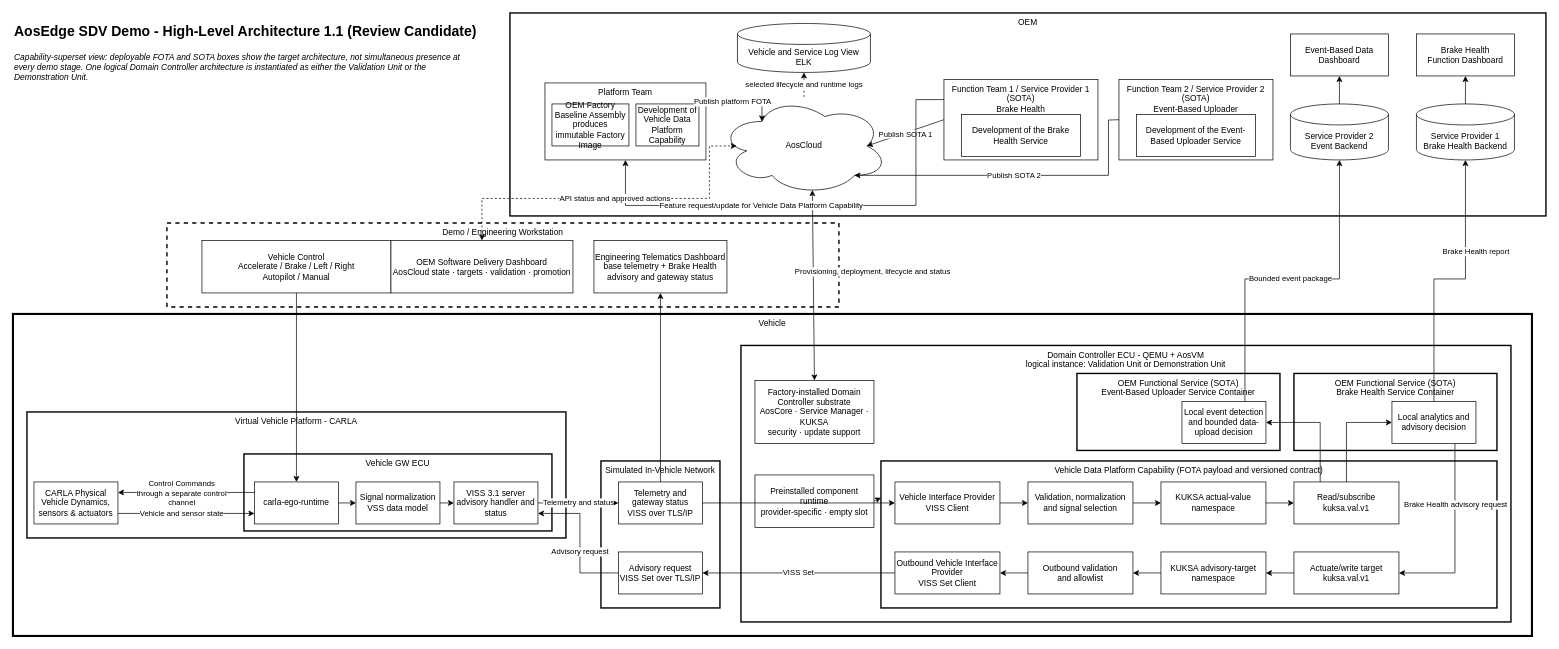
Above: docs/architecture/diagrams/aosedge-demo-hla-authoring-reference.drawio in alexmaninblack/aosedge-sdv-demo (draw.io), before the change. Source tidied: cells renumbered, new cells numbered last; positions are measured from the earlier drawing's top-left corner, leaving out a move shared by most shapes. Both pictures are drawn from the tidied source at 70%, with x=0, y=0 at pixel (13, 13).
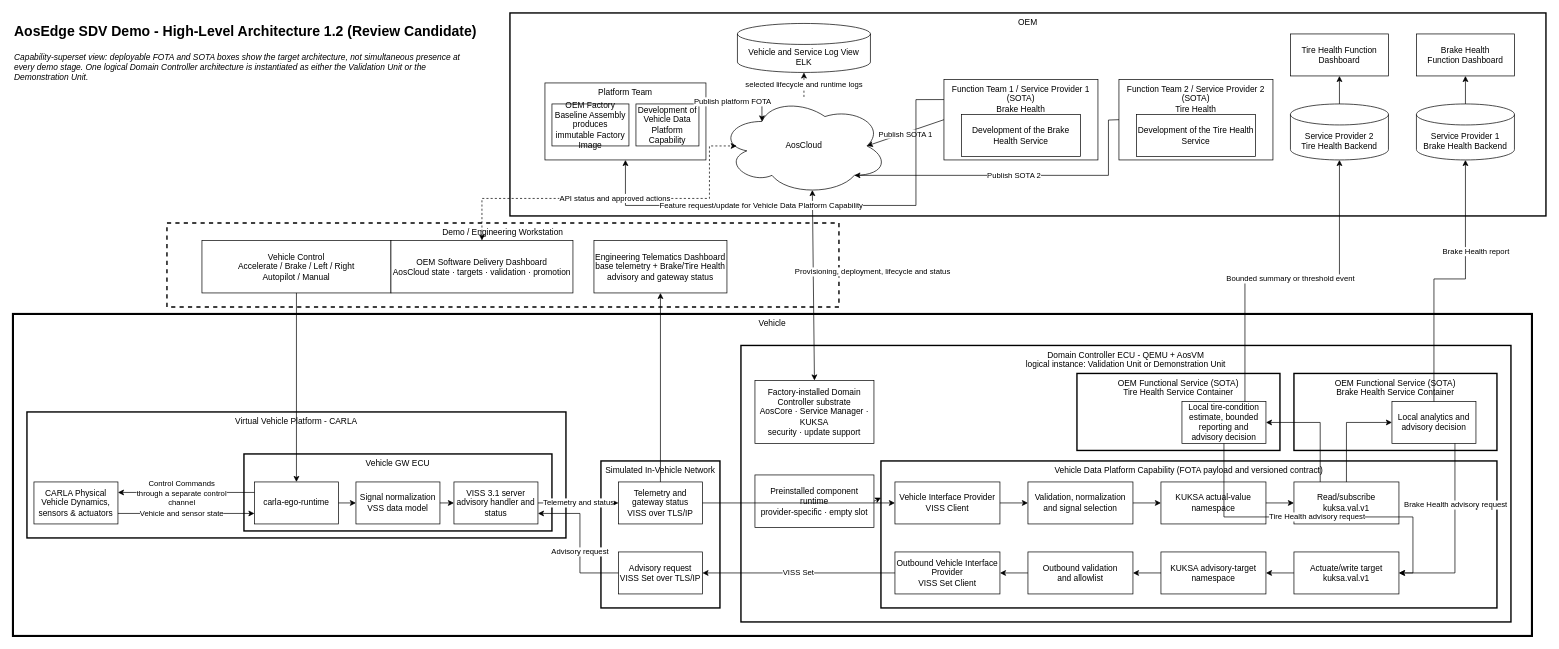
After the change.

The change refers to these unchanged cells:
```xml
<mxCell id="77" value="Actuate/write target&lt;br&gt;kuksa.val.v1" style="rounded=0;whiteSpace=wrap;html=1;" parent="1" vertex="1">
  <mxGeometry x="1830" y="770" width="150" height="60" as="geometry" />
</mxCell>
```

The edit, as a diff of the source:
```diff
@@
-    <mxCell id="2" value="AosEdge SDV Demo - High-Level Architecture 1.1 (Review Candidate)" style="text;html=1;strokeColor=none;fillColor=none;align=left;verticalAlign=middle;whiteSpace=wrap;rounded=0;fontSize=20;fontStyle=1;" parent="1" vertex="1">
+    <mxCell id="2" value="AosEdge SDV Demo - High-Level Architecture 1.2 (Review Candidate)" style="text;html=1;strokeColor=none;fillColor=none;align=left;verticalAlign=middle;whiteSpace=wrap;rounded=0;fontSize=20;fontStyle=1;" parent="1" vertex="1">
       <mxGeometry y="5" width="700" height="40" as="geometry" />
     </mxCell>
@@
-    <mxCell id="57" value="Engineering Telematics Dashboard&lt;br&gt;base telemetry + Brake Health advisory and gateway status" style="rounded=0;whiteSpace=wrap;html=1;" parent="1" vertex="1">
+    <mxCell id="57" value="Engineering Telematics Dashboard&lt;br&gt;base telemetry + Brake/Tire Health advisory and gateway status" style="rounded=0;whiteSpace=wrap;html=1;" parent="1" vertex="1">
       <mxGeometry x="830" y="325" width="190" height="75" as="geometry" />
     </mxCell>
@@
-    <mxCell id="63" value="Function Team 2 / Service Provider 2 (SOTA)&lt;br&gt;Event-Based Uploader" style="rounded=0;whiteSpace=wrap;html=1;verticalAlign=top;" parent="1" vertex="1">
+    <mxCell id="63" value="Function Team 2 / Service Provider 2 (SOTA)&lt;br&gt;Tire Health" style="rounded=0;whiteSpace=wrap;html=1;verticalAlign=top;" parent="1" vertex="1">
       <mxGeometry x="1580" y="95" width="220" height="115" as="geometry" />
     </mxCell>
@@
-    <mxCell id="67" value="OEM Functional Service (SOTA)&lt;br&gt;Event-Based Uploader Service Container" style="rounded=0;whiteSpace=wrap;html=1;verticalAlign=top;strokeWidth=2;" parent="1" vertex="1">
+    <mxCell id="67" value="OEM Functional Service (SOTA)&lt;br&gt;Tire Health Service Container" style="rounded=0;whiteSpace=wrap;html=1;verticalAlign=top;strokeWidth=2;" parent="1" vertex="1">
       <mxGeometry x="1520" y="515" width="290" height="110" as="geometry" />
     </mxCell>
-    <mxCell id="68" value="Local event detection and bounded data-upload decision" style="rounded=0;whiteSpace=wrap;html=1;" parent="1" vertex="1">
+    <mxCell id="68" value="Local tire-condition estimate, bounded reporting and advisory decision" style="rounded=0;whiteSpace=wrap;html=1;" parent="1" vertex="1">
       <mxGeometry x="1670" y="555" width="120" height="60" as="geometry" />
     </mxCell>
-    <mxCell id="69" value="Service Provider 2&lt;br&gt;Event Backend" style="shape=cylinder3;whiteSpace=wrap;html=1;boundedLbl=1;backgroundOutline=1;size=15;" parent="1" vertex="1">
+    <mxCell id="69" value="Service Provider 2&lt;br&gt;Tire Health Backend" style="shape=cylinder3;whiteSpace=wrap;html=1;boundedLbl=1;backgroundOutline=1;size=15;" parent="1" vertex="1">
       <mxGeometry x="1825" y="130" width="140" height="80" as="geometry" />
     </mxCell>
-    <mxCell id="70" value="Event-Based Data Dashboard" style="rounded=0;whiteSpace=wrap;html=1;" parent="1" vertex="1">
+    <mxCell id="70" value="Tire Health Function Dashboard" style="rounded=0;whiteSpace=wrap;html=1;" parent="1" vertex="1">
       <mxGeometry x="1825" y="30" width="140" height="60" as="geometry" />
     </mxCell>
@@
-    <mxCell id="72" value="Bounded event package" style="endArrow=classic;html=1;rounded=0;exitX=0.75;exitY=0;exitDx=0;exitDy=0;entryX=0.5;entryY=1;entryDx=0;entryDy=0;entryPerimeter=0;" parent="1" edge="1" source="68" target="69">
+    <mxCell id="72" value="Bounded summary or threshold event" style="endArrow=classic;html=1;rounded=0;exitX=0.75;exitY=0;exitDx=0;exitDy=0;entryX=0.5;entryY=1;entryDx=0;entryDy=0;entryPerimeter=0;" parent="1" edge="1" source="68" target="69">
       <mxGeometry relative="1" as="geometry">
         <Array as="points">
           <mxPoint x="1760" y="380" />
           <mxPoint x="1895" y="380" />
         </Array>
       </mxGeometry>
     </mxCell>
@@
+    <mxCell id="86" value="Tire Health advisory request" style="endArrow=classic;html=1;rounded=0;exitX=0.5;exitY=1;exitDx=0;exitDy=0;entryX=1;entryY=0.5;entryDx=0;entryDy=0;" parent="1" edge="1" source="68" target="77">
+      <mxGeometry relative="1" as="geometry">
+        <Array as="points">
+          <mxPoint x="1730" y="720" />
+          <mxPoint x="2000" y="720" />
+          <mxPoint x="2000" y="800" />
+        </Array>
+      </mxGeometry>
+    </mxCell>
@@
-    <mxCell id="75" value="Development of the Event-Based Uploader Service" style="rounded=0;whiteSpace=wrap;html=1;" parent="1" vertex="1">
+    <mxCell id="75" value="Development of the Tire Health Service" style="rounded=0;whiteSpace=wrap;html=1;" parent="1" vertex="1">
       <mxGeometry x="1605" y="145" width="170" height="60" as="geometry" />
     </mxCell>
```
